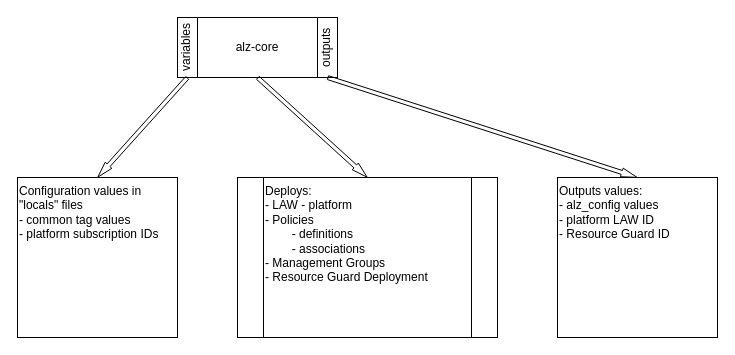
Above: page "alz-core" (2 of 6) of ta-alz.drawio in balazspados/azure-sandbox (draw.io), before the change. Source tidied: cells renumbered, new cells numbered last; positions are measured from the earlier drawing's top-left corner, leaving out a move shared by most shapes. Both pictures are drawn from the tidied source at 100%, with x=0, y=0 at pixel (17, 17).
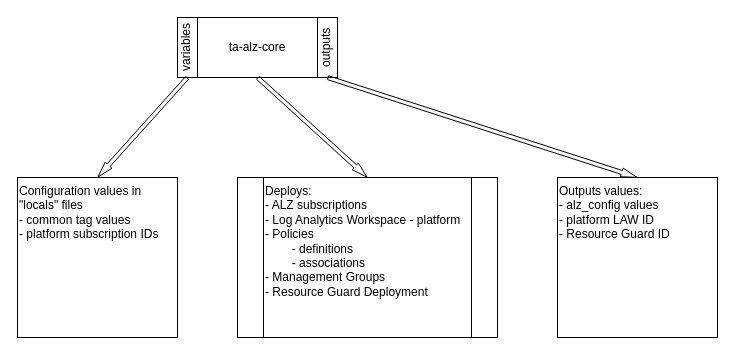
The same page after the edit.

The edit, as a diff of the source:
```diff
@@
 <mxGraphModel>
   <root>
     <mxCell id="0" />
     <mxCell id="1" parent="0" />
     <mxCell id="2" style="group;" parent="1" vertex="1">
       <mxGeometry x="160" width="160" height="60" as="geometry" />
     </mxCell>
-    <mxCell id="3" value="alz-core" style="rounded=0;whiteSpace=wrap;html=1;" parent="2" vertex="1">
+    <mxCell id="3" value="ta-alz-core" style="rounded=0;whiteSpace=wrap;html=1;" parent="2" vertex="1">
       <mxGeometry x="20" width="120" height="60" as="geometry" />
     </mxCell>
     <mxCell id="4" value="outputs" style="rounded=0;whiteSpace=wrap;html=1;textDirection=vertical-rl;rotation=-180;" parent="2" vertex="1">
       <mxGeometry x="140" width="20" height="60" as="geometry" />
     </mxCell>
     <mxCell id="5" value="variables" style="rounded=0;whiteSpace=wrap;html=1;textDirection=vertical-lr;rotation=-180;" parent="2" vertex="1">
       <mxGeometry width="20" height="60" as="geometry" />
     </mxCell>
-    <mxCell id="6" value="&lt;div&gt;Deploys:&lt;/div&gt;&lt;div&gt;- LAW - platform&lt;br&gt;&lt;div&gt;- Policies&lt;/div&gt;&lt;div&gt;&lt;span style=&quot;white-space: pre;&quot;&gt;&#9;&lt;/span&gt;- definitions&lt;br&gt;&lt;/div&gt;&lt;div&gt;&lt;span style=&quot;white-space: pre;&quot;&gt;&#9;&lt;/span&gt;- associations&lt;br&gt;&lt;/div&gt;&lt;div&gt;- Management Groups&lt;br&gt;&lt;/div&gt;&lt;div&gt;- Resource Guard Deployment&lt;/div&gt;&lt;div&gt;&lt;span style=&quot;white-space: pre;&quot;&gt;&#9;&lt;/span&gt;&lt;br&gt;&lt;/div&gt;&lt;div&gt;&lt;br&gt;&lt;/div&gt;&lt;/div&gt;" style="shape=process;whiteSpace=wrap;html=1;backgroundOutline=1;align=left;verticalAlign=top;" parent="1" vertex="1">
+    <mxCell id="6" value="&lt;div&gt;Deploys:&lt;/div&gt;&lt;div&gt;- ALZ subscriptions&lt;/div&gt;&lt;div&gt;- Log Analytics Workspace - platform&lt;br&gt;&lt;div&gt;- Policies&lt;/div&gt;&lt;div&gt;&lt;span style=&quot;white-space: pre;&quot;&gt;&#9;&lt;/span&gt;- definitions&lt;br&gt;&lt;/div&gt;&lt;div&gt;&lt;span style=&quot;white-space: pre;&quot;&gt;&#9;&lt;/span&gt;- associations&lt;br&gt;&lt;/div&gt;&lt;div&gt;- Management Groups&lt;br&gt;&lt;/div&gt;&lt;div&gt;- Resource Guard Deployment&lt;/div&gt;&lt;div&gt;&lt;span style=&quot;white-space: pre;&quot;&gt;&#9;&lt;/span&gt;&lt;br&gt;&lt;/div&gt;&lt;div&gt;&lt;br&gt;&lt;/div&gt;&lt;/div&gt;" style="shape=process;whiteSpace=wrap;html=1;backgroundOutline=1;align=left;verticalAlign=top;" parent="1" vertex="1">
       <mxGeometry x="220" y="160" width="260" height="160" as="geometry" />
     </mxCell>
     <mxCell id="7" value="Configuration values in &quot;locals&quot; files&amp;nbsp;&lt;br&gt;&lt;div&gt;- common tag values&lt;/div&gt;&lt;div&gt;- platform subscription IDs&lt;/div&gt;" style="rounded=0;whiteSpace=wrap;html=1;align=left;verticalAlign=top;" parent="1" vertex="1">
       <mxGeometry y="160" width="160" height="160" as="geometry" />
     </mxCell>
     <mxCell id="8" style="shape=flexArrow;endArrow=classic;html=1;exitX=0.5;exitY=0;exitDx=0;exitDy=0;entryX=0.5;entryY=0;entryDx=0;entryDy=0;startSize=3;endSize=5;sourcePerimeterSpacing=0;endWidth=4;width=4;" parent="1" edge="1" source="5" target="7">
       <mxGeometry relative="1" as="geometry" />
     </mxCell>
     <mxCell id="9" style="shape=flexArrow;endArrow=classic;html=1;exitX=0.5;exitY=1;exitDx=0;exitDy=0;entryX=0.5;entryY=0;entryDx=0;entryDy=0;startSize=3;endSize=5;sourcePerimeterSpacing=0;endWidth=4;width=4;" parent="1" edge="1" source="3" target="6">
       <mxGeometry relative="1" as="geometry" />
     </mxCell>
     <mxCell id="10" value="Outputs values:&lt;div&gt;- alz_config values&lt;/div&gt;&lt;div&gt;- platform LAW ID&lt;/div&gt;&lt;div&gt;- Resource Guard ID&lt;/div&gt;" style="rounded=0;whiteSpace=wrap;html=1;align=left;verticalAlign=top;" parent="1" vertex="1">
       <mxGeometry x="540" y="160" width="160" height="160" as="geometry" />
     </mxCell>
     <mxCell id="11" style="shape=flexArrow;endArrow=classic;html=1;exitX=0.5;exitY=0;exitDx=0;exitDy=0;entryX=0.5;entryY=0;entryDx=0;entryDy=0;startSize=3;endSize=5;sourcePerimeterSpacing=0;endWidth=4;width=4;" parent="1" edge="1" source="4" target="10">
       <mxGeometry relative="1" as="geometry" />
     </mxCell>
   </root>
 </mxGraphModel>
```
